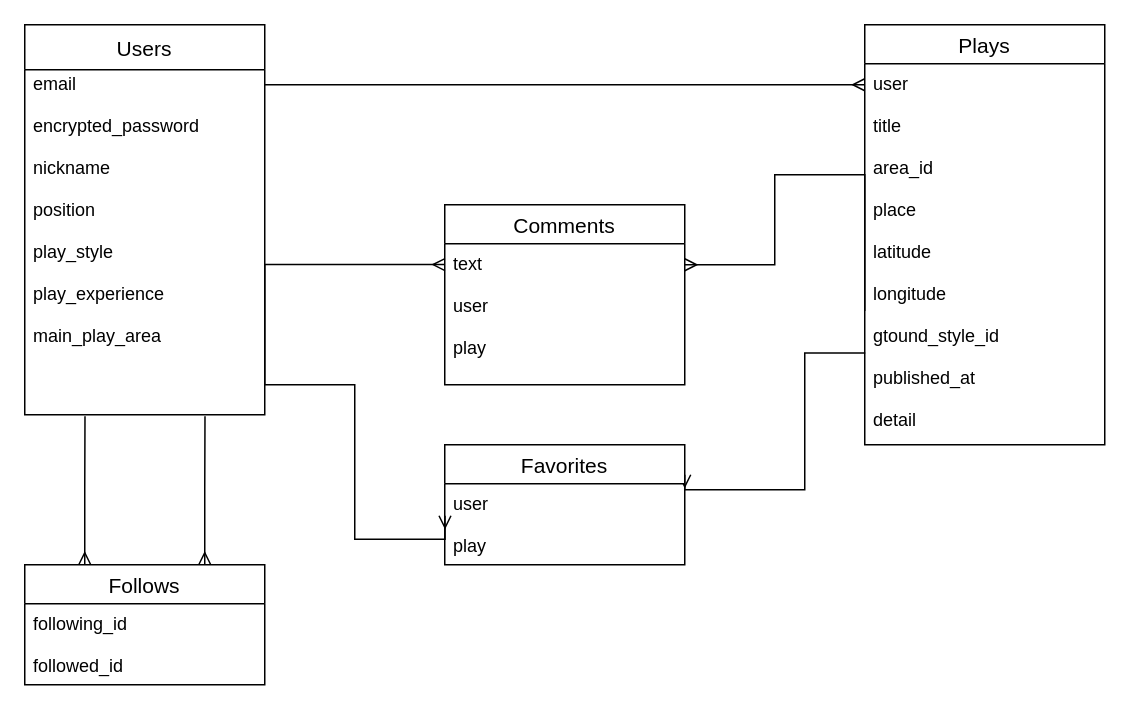
ackey-getup/sakatomo keeps this draw.io diagram as さかともER.dio. Above is the earlier version. Source tidied: cells renumbered, new cells numbered last; positions are measured from the earlier drawing's top-left corner, leaving out a move shared by most shapes. Both pictures are drawn from the tidied source at 150%, with x=0, y=0 at pixel (24, 24).
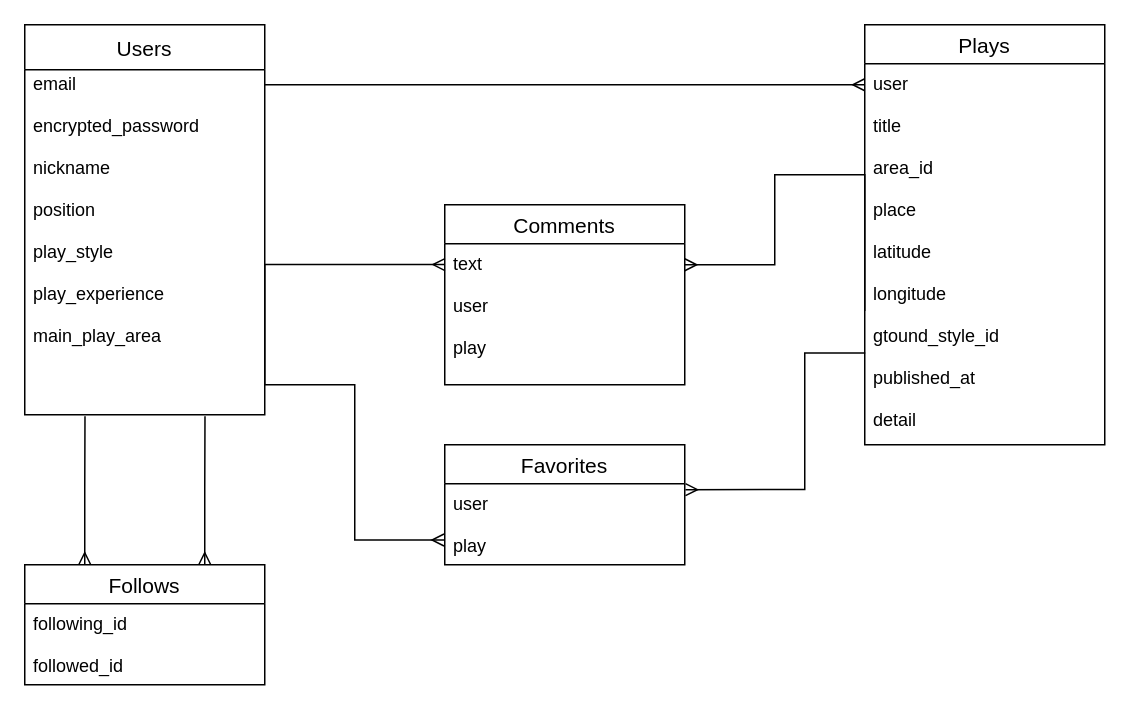
The same diagram, later.

Unchanged cells that the change refers to:
```xml
<mxCell id="5" value="user&#10;&#10;title&#10;&#10;area_id&#10;&#10;place&#10;&#10;latitude&#10;&#10;longitude&#10;&#10;gtound_style_id&#10;&#10;published_at&#10;&#10;detail" style="text;strokeColor=none;fillColor=none;spacingLeft=4;spacingRight=4;overflow=hidden;points=[[0,0.5],[1,0.5]];portConstraint=eastwest;fontSize=12;" parent="4" vertex="1">
  <mxGeometry y="26" width="160" height="254" as="geometry" />
</mxCell>
<mxCell id="14" value="Favorites" style="swimlane;fontStyle=0;horizontal=1;startSize=26;align=center;fontSize=14;" parent="1" vertex="1">
  <mxGeometry x="280" y="280" width="160" height="80" as="geometry" />
</mxCell>
<mxCell id="15" value="user&#10;&#10;play" style="text;strokeColor=none;fillColor=none;spacingLeft=4;spacingRight=4;overflow=hidden;points=[[0,0.5],[1,0.5]];portConstraint=eastwest;fontSize=12;" parent="14" vertex="1">
  <mxGeometry y="26" width="160" height="54" as="geometry" />
</mxCell>
<mxCell id="17" value="email&#10;&#10;encrypted_password&#10;&#10;nickname&#10;&#10;position&#10;&#10;play_style&#10;&#10;play_experience&#10;&#10;main_play_area" style="text;strokeColor=none;fillColor=none;spacingLeft=4;spacingRight=4;overflow=hidden;points=[[0,0.5],[1,0.5]];portConstraint=eastwest;fontSize=12;" parent="1" vertex="1">
  <mxGeometry y="26" width="160" height="234" as="geometry" />
</mxCell>
```

What changed in the source:
```diff
@@
-    <mxCell id="13" style="edgeStyle=orthogonalEdgeStyle;rounded=0;jettySize=auto;html=1;exitX=1;exitY=0.25;exitDx=0;exitDy=0;startArrow=ERmany;startFill=0;endArrow=none;endFill=0;entryX=0.002;entryY=0.759;entryDx=0;entryDy=0;entryPerimeter=0;" parent="1" edge="1" source="14" target="5">
+    <mxCell id="13" style="edgeStyle=orthogonalEdgeStyle;rounded=0;jettySize=auto;html=1;exitX=1.003;exitY=0.073;exitDx=0;exitDy=0;startArrow=ERmany;startFill=0;endArrow=none;endFill=0;entryX=0.002;entryY=0.759;entryDx=0;entryDy=0;entryPerimeter=0;exitPerimeter=0;" parent="1" edge="1" source="15" target="5">
       <mxGeometry relative="1" as="geometry">
         <Array as="points">
           <mxPoint x="520" y="310" />
           <mxPoint x="520" y="219" />
         </Array>
       </mxGeometry>
     </mxCell>
@@
-    <mxCell id="16" style="edgeStyle=orthogonalEdgeStyle;rounded=0;jettySize=auto;html=1;entryX=0.001;entryY=0.395;entryDx=0;entryDy=0;entryPerimeter=0;endArrow=ERmany;endFill=0;" parent="1" edge="1" source="17" target="15">
+    <mxCell id="16" style="edgeStyle=orthogonalEdgeStyle;rounded=0;jettySize=auto;html=1;entryX=-0.003;entryY=0.695;entryDx=0;entryDy=0;entryPerimeter=0;endArrow=ERmany;endFill=0;" parent="1" edge="1" source="17" target="15">
       <mxGeometry relative="1" as="geometry">
         <Array as="points">
           <mxPoint x="220" y="240" />
-          <mxPoint x="220" y="343" />
+          <mxPoint x="220" y="344" />
         </Array>
       </mxGeometry>
     </mxCell>
```
